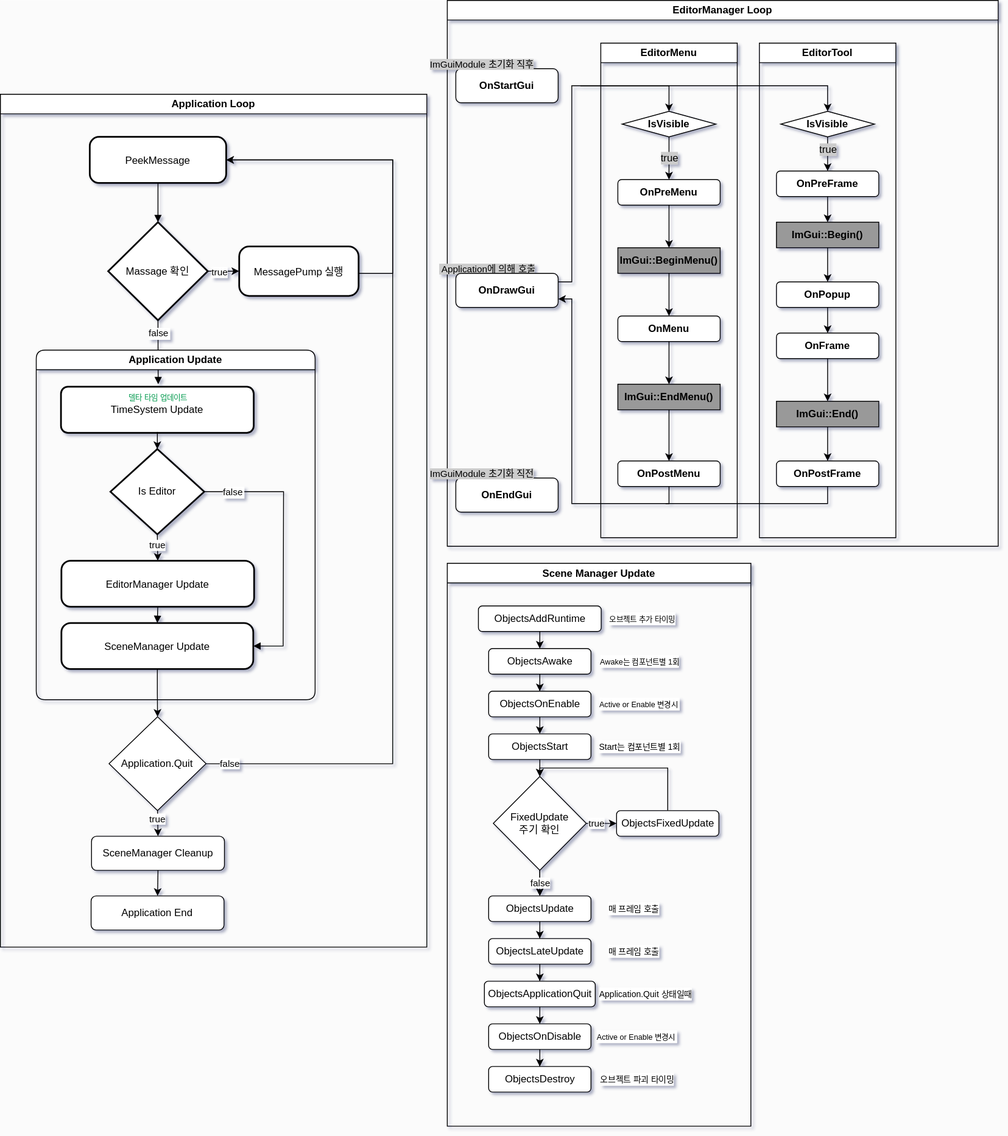
Earlier version of the draw.io export Diagram/GameEngineFlowChart.drawio.svg (Scarecrow37/VanishingGround). Source tidied: cells renumbered, new cells last; positions are measured from the earlier drawing's top-left corner, leaving out a move shared by most shapes.
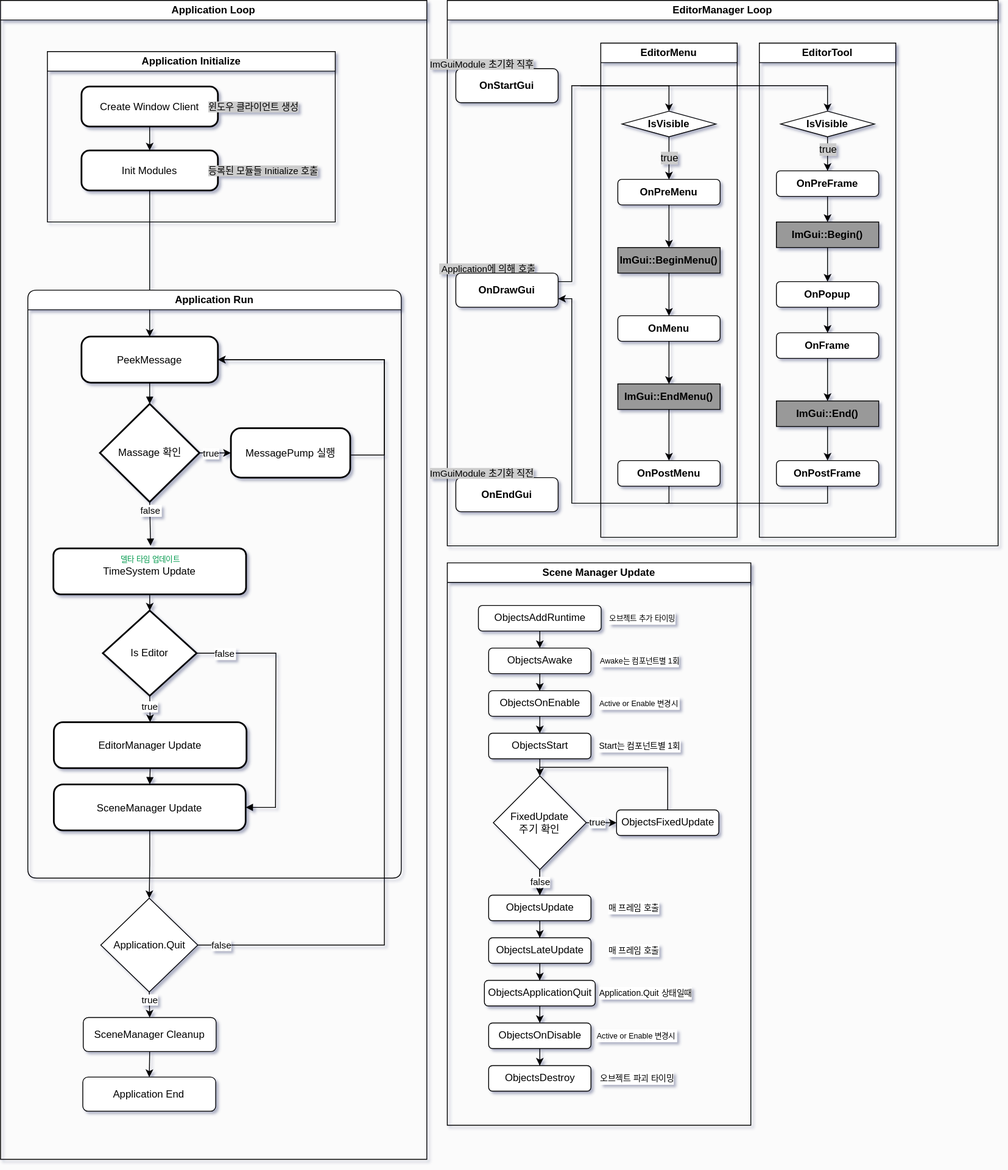
After the change.

Commit message:
Apllication Loop 업데이트

Change to the diagram source:
```diff
@@ -3,56 +3,100 @@
     <mxCell id="0" />
     <mxCell id="1" parent="0" />
     <mxCell id="2" value="Application Loop" style="swimlane;whiteSpace=wrap;html=1;labelBackgroundColor=default;" parent="1" vertex="1">
-      <mxGeometry y="110" width="500" height="1000" as="geometry" />
+      <mxGeometry width="500" height="1360" as="geometry" />
     </mxCell>
-    <mxCell id="3" style="group;labelBackgroundColor=default;" parent="2" vertex="1">
-      <mxGeometry x="20" y="70" width="430" height="970" as="geometry" />
-    </mxCell>
+    <mxCell id="104" value="&lt;span style=&quot;background-color: rgb(255, 255, 255);&quot;&gt;Application Initialize&lt;/span&gt;" style="swimlane;whiteSpace=wrap;html=1;" parent="2" vertex="1">
+      <mxGeometry x="54.9" y="60" width="337.6" height="200" as="geometry" />
+    </mxCell>
+    <mxCell id="105" value="Create Window Client" style="rounded=1;arcSize=20;strokeWidth=2;labelBackgroundColor=default;" parent="104" vertex="1">
+      <mxGeometry x="40" y="41" width="160" height="47" as="geometry" />
+    </mxCell>
+    <mxCell id="106" value="Init Modules" style="rounded=1;arcSize=20;strokeWidth=2;labelBackgroundColor=default;" parent="104" vertex="1">
+      <mxGeometry x="40" y="116" width="160" height="47" as="geometry" />
+    </mxCell>
+    <mxCell id="107" style="edgeStyle=orthogonalEdgeStyle;rounded=0;jettySize=auto;html=1;" parent="104" edge="1" source="105" target="106">
+      <mxGeometry relative="1" as="geometry" />
+    </mxCell>
+    <mxCell id="108" value="윈도우 클라이언트 생성" style="text;strokeColor=none;fillColor=none;align=left;verticalAlign=middle;spacingLeft=4;spacingRight=2;overflow=hidden;whiteSpace=wrap;html=1;spacing=0;spacingTop=0;labelBackgroundColor=#CCCCCC;labelBorderColor=none;fontSize=11;" parent="104" vertex="1">
+      <mxGeometry x="185" y="49.5" width="140" height="30" as="geometry" />
+    </mxCell>
+    <mxCell id="109" value="등록된 모듈들 Initialize 호출" style="text;strokeColor=none;fillColor=none;align=left;verticalAlign=middle;spacingLeft=4;spacingRight=2;overflow=hidden;whiteSpace=wrap;html=1;spacing=0;spacingTop=0;labelBackgroundColor=#CCCCCC;labelBorderColor=none;fontSize=11;" parent="104" vertex="1">
+      <mxGeometry x="185" y="124.5" width="152.4" height="30" as="geometry" />
+    </mxCell>
+    <mxCell id="110" style="edgeStyle=orthogonalEdgeStyle;rounded=0;jettySize=auto;html=1;" parent="2" edge="1" source="106" target="4">
+      <mxGeometry relative="1" as="geometry" />
+    </mxCell>
+    <mxCell id="11" value="Application Run" style="swimlane;whiteSpace=wrap;html=1;rounded=1;labelBackgroundColor=default;" parent="2" vertex="1">
+      <mxGeometry x="32" y="340" width="438" height="690" as="geometry" />
+    </mxCell>
-    <mxCell id="4" value="PeekMessage" style="rounded=1;arcSize=20;strokeWidth=2;labelBackgroundColor=default;" parent="3" vertex="1">
-      <mxGeometry x="84.8" y="-20" width="160" height="54" as="geometry" />
+    <mxCell id="4" value="PeekMessage" style="rounded=1;arcSize=20;strokeWidth=2;labelBackgroundColor=default;" parent="11" vertex="1">
+      <mxGeometry x="62.9" y="54.5" width="160" height="54" as="geometry" />
     </mxCell>
-    <mxCell id="5" value="true" style="edgeStyle=orthogonalEdgeStyle;rounded=0;jettySize=auto;html=1;entryX=0;entryY=0.5;entryDx=0;entryDy=0;exitX=1;exitY=0.5;exitDx=0;exitDy=0;labelBackgroundColor=default;" parent="3" edge="1" source="6" target="8">
+    <mxCell id="5" value="true" style="edgeStyle=orthogonalEdgeStyle;rounded=0;jettySize=auto;html=1;entryX=0;entryY=0.5;entryDx=0;entryDy=0;exitX=1;exitY=0.5;exitDx=0;exitDy=0;labelBackgroundColor=default;" parent="11" edge="1" source="6" target="8">
       <mxGeometry x="-0.23" y="-1" relative="1" as="geometry" />
     </mxCell>
-    <mxCell id="6" value="Massage 확인" style="rhombus;strokeWidth=2;whiteSpace=wrap;labelBackgroundColor=default;" parent="3" vertex="1">
-      <mxGeometry x="106.4" y="80" width="116.8" height="115" as="geometry" />
+    <mxCell id="6" value="Massage 확인" style="rhombus;strokeWidth=2;whiteSpace=wrap;labelBackgroundColor=default;" parent="11" vertex="1">
+      <mxGeometry x="84.6" y="133.5" width="116.8" height="115" as="geometry" />
     </mxCell>
-    <mxCell id="7" style="edgeStyle=orthogonalEdgeStyle;rounded=0;jettySize=auto;html=1;entryX=1;entryY=0.5;entryDx=0;entryDy=0;labelBackgroundColor=default;" parent="3" edge="1" target="4">
+    <mxCell id="7" style="edgeStyle=orthogonalEdgeStyle;rounded=0;jettySize=auto;html=1;entryX=1;entryY=0.5;entryDx=0;entryDy=0;labelBackgroundColor=default;" parent="11" edge="1" target="4">
       <mxGeometry relative="1" as="geometry">
-        <mxPoint x="340" y="108.5" as="sourcePoint" />
+        <mxPoint x="318.2" y="162" as="sourcePoint" />
         <Array as="points">
-          <mxPoint x="340" y="140" />
-          <mxPoint x="440" y="140" />
-          <mxPoint x="440" y="7" />
+          <mxPoint x="318.2" y="193.5" />
+          <mxPoint x="418.2" y="193.5" />
+          <mxPoint x="418.2" y="81.5" />
         </Array>
       </mxGeometry>
     </mxCell>
-    <mxCell id="8" value="MessagePump 실행" style="rounded=1;arcSize=20;strokeWidth=2;labelBackgroundColor=default;" parent="3" vertex="1">
-      <mxGeometry x="260" y="108.5" width="140" height="58" as="geometry" />
+    <mxCell id="8" value="MessagePump 실행" style="rounded=1;arcSize=20;strokeWidth=2;labelBackgroundColor=default;" parent="11" vertex="1">
+      <mxGeometry x="238.2" y="162" width="140" height="58" as="geometry" />
     </mxCell>
-    <mxCell id="9" style="curved=1;startArrow=none;endArrow=block;exitX=0.5;exitY=1;entryX=0.5;entryY=0;rounded=0;labelBackgroundColor=default;" parent="3" edge="1" source="4" target="6">
+    <mxCell id="9" style="curved=1;startArrow=none;endArrow=block;exitX=0.5;exitY=1;entryX=0.5;entryY=0;rounded=0;labelBackgroundColor=default;" parent="11" edge="1" source="4" target="6">
       <mxGeometry relative="1" as="geometry" />
     </mxCell>
-    <mxCell id="10" value="false" style="curved=0;startArrow=none;endArrow=block;exitX=0.5;exitY=1;entryX=0.5;entryY=0;rounded=0;exitDx=0;exitDy=0;entryDx=0;entryDy=0;labelBackgroundColor=default;" parent="3" edge="1" source="6" target="20">
+    <mxCell id="10" value="false" style="curved=0;startArrow=none;endArrow=block;exitX=0.5;exitY=1;entryX=0.5;entryY=0;rounded=0;exitDx=0;exitDy=0;entryDx=0;entryDy=0;labelBackgroundColor=default;" parent="11" edge="1" source="6" target="20">
       <mxGeometry x="-0.6" y="1" relative="1" as="geometry" />
     </mxCell>
-    <mxCell id="11" value="Application Update" style="swimlane;whiteSpace=wrap;html=1;rounded=1;labelBackgroundColor=default;" parent="3" vertex="1">
-      <mxGeometry x="22" y="230" width="327" height="410" as="geometry" />
-    </mxCell>
+    <mxCell id="22" style="edgeStyle=orthogonalEdgeStyle;rounded=0;jettySize=auto;html=1;exitX=0.5;exitY=1;exitDx=0;exitDy=0;entryX=0.5;entryY=0;entryDx=0;entryDy=0;labelBackgroundColor=default;" parent="11" edge="1" source="14" target="25">
+      <mxGeometry relative="1" as="geometry" />
+    </mxCell>
+    <mxCell id="23" value="false" style="edgeStyle=orthogonalEdgeStyle;rounded=0;jettySize=auto;html=1;entryX=1;entryY=0.5;entryDx=0;entryDy=0;exitX=1;exitY=0.5;exitDx=0;exitDy=0;labelBackgroundColor=default;" parent="11" edge="1" source="25" target="4">
+      <mxGeometry x="-0.95" relative="1" as="geometry">
+        <Array as="points">
+          <mxPoint x="418.2" y="768.5" />
+          <mxPoint x="418.2" y="81.5" />
+        </Array>
+      </mxGeometry>
+    </mxCell>
+    <mxCell id="24" value="true" style="edgeStyle=orthogonalEdgeStyle;rounded=0;jettySize=auto;html=1;exitX=0.5;exitY=1;exitDx=0;exitDy=0;entryX=0.5;entryY=0;entryDx=0;entryDy=0;labelBackgroundColor=default;" parent="11" edge="1" source="25" target="26">
+      <mxGeometry x="-0.31" relative="1" as="geometry" />
+    </mxCell>
+    <mxCell id="25" value="&lt;span style=&quot;text-wrap-mode: nowrap;&quot;&gt;Application&lt;/span&gt;.Quit" style="rhombus;whiteSpace=wrap;html=1;labelBackgroundColor=default;" parent="11" vertex="1">
+      <mxGeometry x="85.6" y="713.5" width="113.8" height="110" as="geometry" />
+    </mxCell>
+    <mxCell id="26" value="SceneManager Cleanup" style="rounded=1;whiteSpace=wrap;html=1;labelBackgroundColor=default;" parent="11" vertex="1">
+      <mxGeometry x="65" y="853.5" width="155.9" height="40" as="geometry" />
+    </mxCell>
+    <mxCell id="27" value="&lt;span style=&quot;text-wrap-mode: nowrap;&quot;&gt;Application&amp;nbsp;&lt;/span&gt;&lt;span style=&quot;color: light-dark(rgb(0, 0, 0), rgb(255, 255, 255));&quot;&gt;End&lt;/span&gt;" style="rounded=1;whiteSpace=wrap;html=1;labelBackgroundColor=default;" parent="11" vertex="1">
+      <mxGeometry x="64.5" y="923.5" width="155.9" height="40" as="geometry" />
+    </mxCell>
+    <mxCell id="28" style="edgeStyle=orthogonalEdgeStyle;rounded=0;jettySize=auto;html=1;entryX=0.5;entryY=0;entryDx=0;entryDy=0;exitX=0.5;exitY=1;exitDx=0;exitDy=0;labelBackgroundColor=default;" parent="11" edge="1" source="26" target="27">
+      <mxGeometry relative="1" as="geometry" />
+    </mxCell>
     <mxCell id="12" value="Is Editor" style="rhombus;strokeWidth=2;whiteSpace=wrap;labelBackgroundColor=default;" parent="11" vertex="1">
-      <mxGeometry x="87" y="116" width="110" height="100" as="geometry" />
+      <mxGeometry x="88" y="376" width="110" height="100" as="geometry" />
     </mxCell>
     <mxCell id="13" value="EditorManager Update" style="rounded=1;arcSize=20;strokeWidth=2;labelBackgroundColor=default;" parent="11" vertex="1">
-      <mxGeometry x="29.5" y="247" width="226" height="54" as="geometry" />
+      <mxGeometry x="30.5" y="507" width="226" height="54" as="geometry" />
     </mxCell>
     <mxCell id="14" value="SceneManager Update" style="rounded=1;arcSize=20;strokeWidth=2;labelBackgroundColor=default;" parent="11" vertex="1">
-      <mxGeometry x="29.5" y="320" width="225" height="54" as="geometry" />
+      <mxGeometry x="30.5" y="580" width="225" height="54" as="geometry" />
     </mxCell>
     <mxCell id="15" value="false" style="curved=0;startArrow=none;endArrow=block;exitX=1;exitY=0.5;entryX=1;entryY=0.5;rounded=0;exitDx=0;exitDy=0;entryDx=0;entryDy=0;labelBackgroundColor=default;" parent="11" edge="1" source="12" target="14">
       <mxGeometry x="-0.78" relative="1" as="geometry">
         <Array as="points">
-          <mxPoint x="290" y="166" />
-          <mxPoint x="289.5" y="347" />
+          <mxPoint x="291" y="426" />
+          <mxPoint x="290.5" y="607" />
         </Array>
       </mxGeometry>
     </mxCell>
@@ -63,7 +107,7 @@
       <mxGeometry x="-0.17" relative="1" as="geometry" />
     </mxCell>
     <mxCell id="18" style="group;" parent="11" vertex="1">
-      <mxGeometry x="29" y="40" width="226" height="57" as="geometry" />
+      <mxGeometry x="30" y="300" width="226" height="57" as="geometry" />
     </mxCell>
     <mxCell id="19" value="TimeSystem Update" style="rounded=1;whiteSpace=wrap;html=1;strokeWidth=2;labelBackgroundColor=default;" parent="18" vertex="1">
       <mxGeometry y="3" width="226" height="54" as="geometry" />
@@ -74,32 +118,6 @@
     <mxCell id="21" style="edgeStyle=orthogonalEdgeStyle;rounded=0;jettySize=auto;html=1;entryX=0.5;entryY=0;entryDx=0;entryDy=0;" parent="11" edge="1" source="19" target="12">
       <mxGeometry relative="1" as="geometry" />
     </mxCell>
-    <mxCell id="22" style="edgeStyle=orthogonalEdgeStyle;rounded=0;jettySize=auto;html=1;exitX=0.5;exitY=1;exitDx=0;exitDy=0;entryX=0.5;entryY=0;entryDx=0;entryDy=0;labelBackgroundColor=default;" parent="3" edge="1" source="14" target="25">
-      <mxGeometry relative="1" as="geometry" />
-    </mxCell>
-    <mxCell id="23" value="false" style="edgeStyle=orthogonalEdgeStyle;rounded=0;jettySize=auto;html=1;entryX=1;entryY=0.5;entryDx=0;entryDy=0;exitX=1;exitY=0.5;exitDx=0;exitDy=0;labelBackgroundColor=default;" parent="3" edge="1" source="25" target="4">
-      <mxGeometry x="-0.95" relative="1" as="geometry">
-        <Array as="points">
-          <mxPoint x="440" y="715" />
-          <mxPoint x="440" y="7" />
-        </Array>
-      </mxGeometry>
-    </mxCell>
-    <mxCell id="24" value="true" style="edgeStyle=orthogonalEdgeStyle;rounded=0;jettySize=auto;html=1;exitX=0.5;exitY=1;exitDx=0;exitDy=0;entryX=0.5;entryY=0;entryDx=0;entryDy=0;labelBackgroundColor=default;" parent="3" edge="1" source="25" target="26">
-      <mxGeometry x="-0.31" relative="1" as="geometry" />
-    </mxCell>
-    <mxCell id="25" value="&lt;span style=&quot;text-wrap-mode: nowrap;&quot;&gt;Application&lt;/span&gt;.Quit" style="rhombus;whiteSpace=wrap;html=1;labelBackgroundColor=default;" parent="3" vertex="1">
-      <mxGeometry x="107.4" y="660" width="113.8" height="110" as="geometry" />
-    </mxCell>
-    <mxCell id="26" value="SceneManager Cleanup" style="rounded=1;whiteSpace=wrap;html=1;labelBackgroundColor=default;" parent="3" vertex="1">
-      <mxGeometry x="86.8" y="800" width="155.9" height="40" as="geometry" />
-    </mxCell>
-    <mxCell id="27" value="&lt;span style=&quot;text-wrap-mode: nowrap;&quot;&gt;Application&amp;nbsp;&lt;/span&gt;&lt;span style=&quot;color: light-dark(rgb(0, 0, 0), rgb(255, 255, 255));&quot;&gt;End&lt;/span&gt;" style="rounded=1;whiteSpace=wrap;html=1;labelBackgroundColor=default;" parent="3" vertex="1">
-      <mxGeometry x="86.3" y="870" width="155.9" height="40" as="geometry" />
-    </mxCell>
-    <mxCell id="28" style="edgeStyle=orthogonalEdgeStyle;rounded=0;jettySize=auto;html=1;entryX=0.5;entryY=0;entryDx=0;entryDy=0;exitX=0.5;exitY=1;exitDx=0;exitDy=0;labelBackgroundColor=default;" parent="3" edge="1" source="26" target="27">
-      <mxGeometry relative="1" as="geometry" />
-    </mxCell>
     <mxCell id="29" value="Scene Manager Update" style="swimlane;whiteSpace=wrap;html=1;labelBackgroundColor=default;" parent="1" vertex="1">
       <mxGeometry x="524" y="660" width="356" height="660" as="geometry" />
     </mxCell>
```
